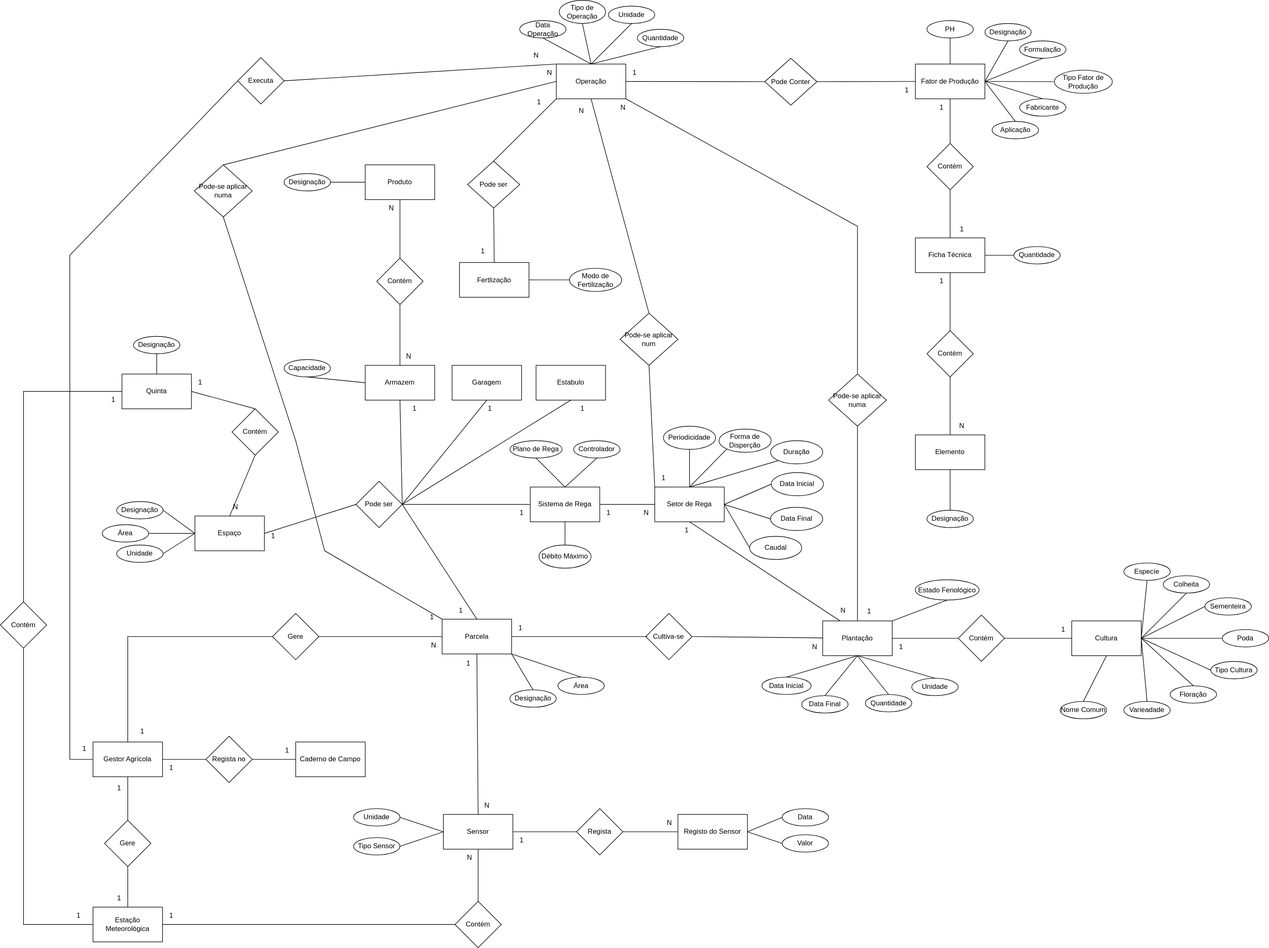
The draw.io diagram docs/models/svg/ConceptualModel.svg in PureNimble/ISEP-LAPR3, before a commit. Source tidied: cells renumbered, new cells last; positions are measured from the earlier drawing's top-left corner, leaving out a move shared by most shapes.
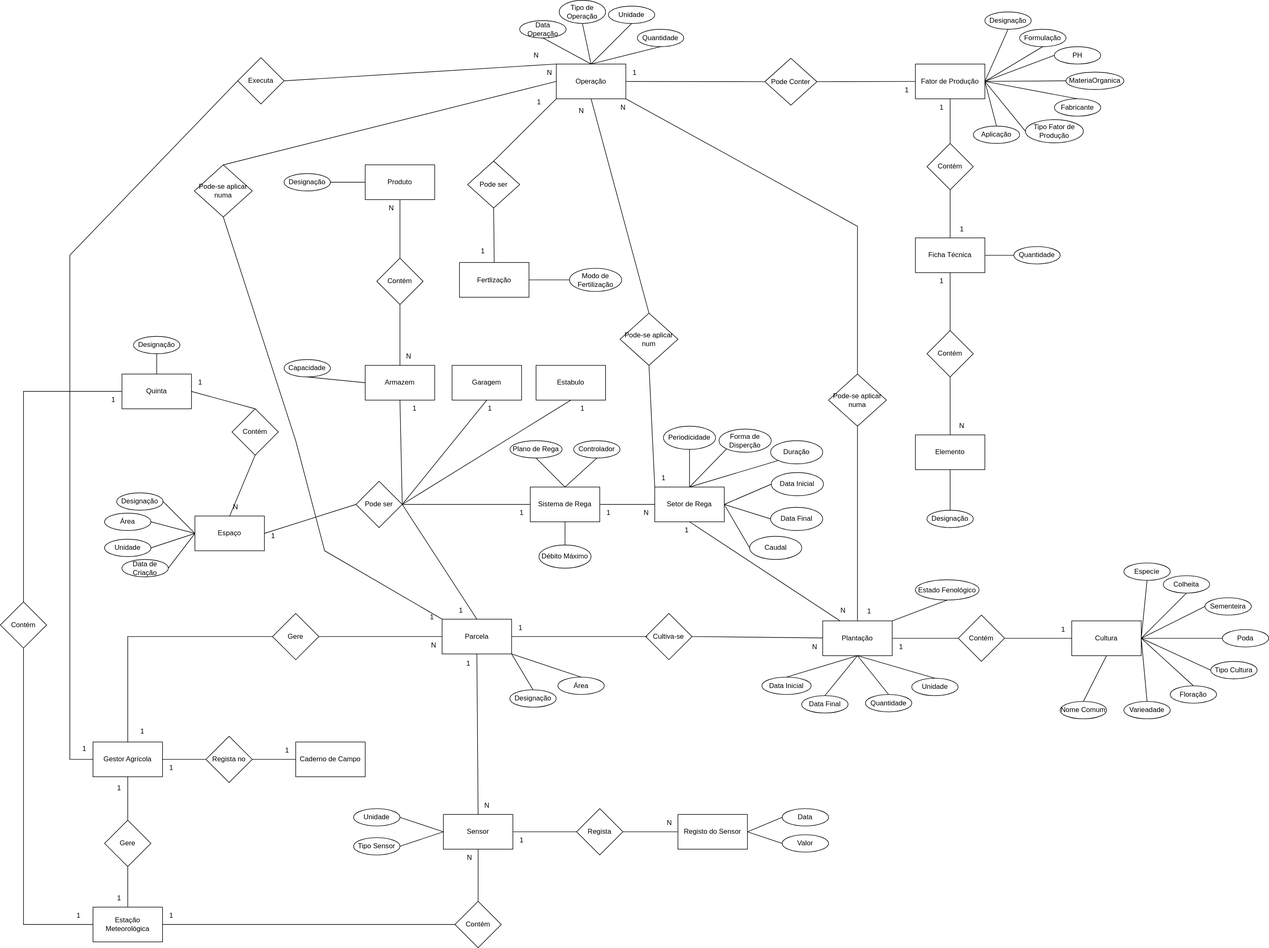
Above is the later version.

Commit message:
ISSUE-114 ISSUE-27 #time 30m

- Atualização do modelo conceptual

Change to the diagram source:
```diff
@@ -40,10 +40,10 @@
       <mxGeometry x="732.8" y="1098" width="30" height="30" as="geometry" />
     </mxCell>
     <mxCell id="13" value="Área" style="ellipse;whiteSpace=wrap;html=1;" parent="1" vertex="1">
-      <mxGeometry x="176" y="905" width="80" height="30" as="geometry" />
+      <mxGeometry x="180" y="885" width="80" height="30" as="geometry" />
     </mxCell>
     <mxCell id="14" value="Unidade" style="ellipse;whiteSpace=wrap;html=1;" parent="1" vertex="1">
-      <mxGeometry x="201" y="940" width="80" height="30" as="geometry" />
+      <mxGeometry x="180" y="930" width="80" height="30" as="geometry" />
     </mxCell>
     <mxCell id="15" value="Área" style="ellipse;whiteSpace=wrap;html=1;" parent="1" vertex="1">
       <mxGeometry x="962.8" y="1168" width="80" height="30" as="geometry" />
@@ -75,7 +75,7 @@
       <mxGeometry relative="1" as="geometry" />
     </mxCell>
     <mxCell id="24" value="Designação" style="ellipse;whiteSpace=wrap;html=1;" parent="1" vertex="1">
-      <mxGeometry x="201" y="865" width="80" height="30" as="geometry" />
+      <mxGeometry x="201" y="850" width="80" height="30" as="geometry" />
     </mxCell>
     <mxCell id="25" value="Cultura" style="whiteSpace=wrap;html=1;" parent="1" vertex="1">
       <mxGeometry x="1850" y="1071" width="120" height="60" as="geometry" />
@@ -211,19 +211,19 @@
       <mxGeometry x="1610" y="470" width="30" height="30" as="geometry" />
     </mxCell>
     <mxCell id="68" value="Designação" style="ellipse;whiteSpace=wrap;html=1;" parent="1" vertex="1">
-      <mxGeometry x="1700" y="40" width="80" height="30" as="geometry" />
+      <mxGeometry x="1700" y="20" width="80" height="30" as="geometry" />
     </mxCell>
     <mxCell id="69" value="Formulação" style="ellipse;whiteSpace=wrap;html=1;" parent="1" vertex="1">
-      <mxGeometry x="1760" y="70" width="80" height="30" as="geometry" />
+      <mxGeometry x="1760" y="50" width="80" height="30" as="geometry" />
     </mxCell>
     <mxCell id="70" value="Fabricante" style="ellipse;whiteSpace=wrap;html=1;" parent="1" vertex="1">
-      <mxGeometry x="1760" y="170" width="80" height="30" as="geometry" />
+      <mxGeometry x="1820" y="170" width="80" height="30" as="geometry" />
     </mxCell>
     <mxCell id="71" value="Tipo Fator de Produção" style="ellipse;whiteSpace=wrap;html=1;" parent="1" vertex="1">
-      <mxGeometry x="1820" y="120.5" width="100" height="40" as="geometry" />
+      <mxGeometry x="1770" y="206" width="100" height="40" as="geometry" />
     </mxCell>
     <mxCell id="72" value="Aplicação" style="ellipse;whiteSpace=wrap;html=1;" parent="1" vertex="1">
-      <mxGeometry x="1712.5" y="209" width="80" height="30" as="geometry" />
+      <mxGeometry x="1680" y="217" width="80" height="30" as="geometry" />
     </mxCell>
     <mxCell id="73" style="endArrow=none;html=1;rounded=0;entryX=0.5;entryY=1;entryDx=0;entryDy=0;exitX=1;exitY=0.5;exitDx=0;exitDy=0;" parent="1" edge="1" source="45" target="68">
       <mxGeometry relative="1" as="geometry" />
@@ -683,12 +683,6 @@
     <mxCell id="218" style="endArrow=none;html=1;rounded=0;entryX=0;entryY=0.5;entryDx=0;entryDy=0;exitX=1;exitY=0.5;exitDx=0;exitDy=0;" parent="1" edge="1" source="133" target="217">
       <mxGeometry relative="1" as="geometry" />
     </mxCell>
-    <mxCell id="219" value="PH" style="ellipse;whiteSpace=wrap;html=1;" parent="1" vertex="1">
-      <mxGeometry x="1600" y="35" width="80" height="30" as="geometry" />
-    </mxCell>
-    <mxCell id="220" style="endArrow=none;html=1;rounded=0;entryX=0.5;entryY=1;entryDx=0;entryDy=0;exitX=0.5;exitY=0;exitDx=0;exitDy=0;" parent="1" edge="1" source="45" target="219">
-      <mxGeometry relative="1" as="geometry" />
-    </mxCell>
     <mxCell id="221" style="endArrow=none;html=1;rounded=0;entryX=0.5;entryY=1;entryDx=0;entryDy=0;exitX=0.5;exitY=0;exitDx=0;exitDy=0;" parent="1" edge="1" source="223" target="46">
       <mxGeometry relative="1" as="geometry" />
     </mxCell>
@@ -724,5 +718,23 @@
     <mxCell id="230" value="1" style="text;html=1;align=center;verticalAlign=middle;strokeColor=none;fillColor=none;" parent="1" vertex="1">
       <mxGeometry x="730" y="1050" width="30" height="30" as="geometry" />
     </mxCell>
+    <mxCell id="231" value="Data de Criação" style="ellipse;whiteSpace=wrap;html=1;" parent="1" vertex="1">
+      <mxGeometry x="210" y="965" width="80" height="30" as="geometry" />
+    </mxCell>
+    <mxCell id="232" style="endArrow=none;html=1;rounded=0;exitX=1;exitY=0.5;exitDx=0;exitDy=0;entryX=0;entryY=0.5;entryDx=0;entryDy=0;" parent="1" edge="1" source="231" target="3">
+      <mxGeometry relative="1" as="geometry" />
+    </mxCell>
+    <mxCell id="233" value="MateriaOrganica" style="ellipse;whiteSpace=wrap;html=1;" parent="1" vertex="1">
+      <mxGeometry x="1840" y="124" width="100" height="30" as="geometry" />
+    </mxCell>
+    <mxCell id="219" value="PH" style="ellipse;whiteSpace=wrap;html=1;" parent="1" vertex="1">
+      <mxGeometry x="1820" y="80" width="80" height="30" as="geometry" />
+    </mxCell>
+    <mxCell id="220" style="endArrow=none;html=1;rounded=0;entryX=0;entryY=0.5;entryDx=0;entryDy=0;exitX=1;exitY=0.5;exitDx=0;exitDy=0;" parent="1" edge="1" source="45" target="219">
+      <mxGeometry relative="1" as="geometry" />
+    </mxCell>
+    <mxCell id="234" style="endArrow=none;html=1;rounded=0;entryX=0;entryY=0.5;entryDx=0;entryDy=0;exitX=1;exitY=0.5;exitDx=0;exitDy=0;" parent="1" edge="1" source="45" target="233">
+      <mxGeometry relative="1" as="geometry" />
+    </mxCell>
   </root>
 </mxGraphModel>
```
